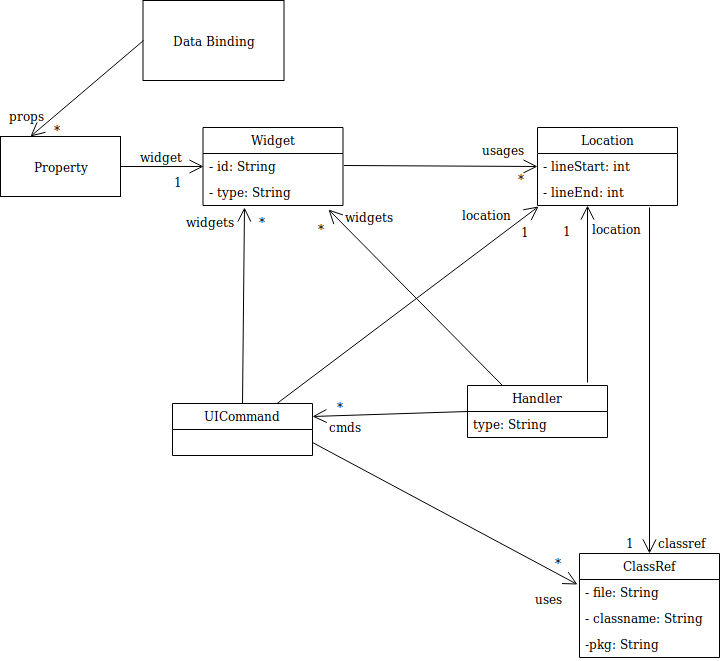
The draw.io diagram class diagram.png in inspectorguidget/inspectorguidget-data, before a commit. Source tidied: cells renumbered, new cells last; positions are measured from the earlier drawing's top-left corner, leaving out a move shared by most shapes.
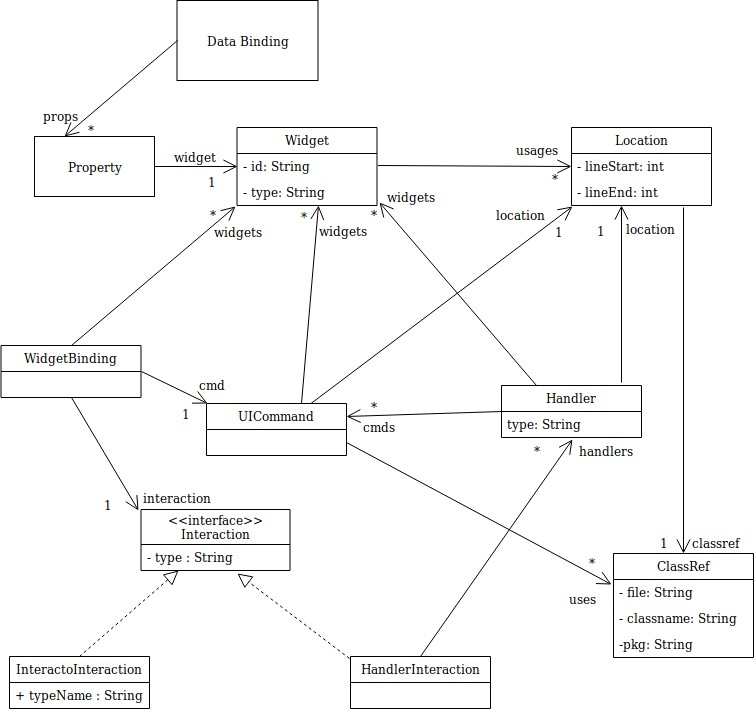
After the change.

Commit message:
docs(classDiagram) updating class diagram

Diff of the diagram source:
```diff
@@ -61,7 +61,7 @@
     <mxCell id="20" style="endArrow=open;endFill=1;endSize=12;html=1;entryX=0.5;entryY=0;entryDx=0;entryDy=0;exitX=0.8;exitY=1.077;exitDx=0;exitDy=0;exitPerimeter=0;" parent="1" edge="1" source="9" target="13">
       <mxGeometry relative="1" as="geometry" />
     </mxCell>
-    <mxCell id="21" style="endArrow=open;endFill=1;endSize=12;html=1;entryX=0.296;entryY=1.077;entryDx=0;entryDy=0;exitX=0.5;exitY=0;exitDx=0;exitDy=0;entryPerimeter=0;" parent="1" edge="1" source="10" target="6">
+    <mxCell id="21" style="endArrow=open;endFill=1;endSize=12;html=1;entryX=0.582;entryY=1;entryDx=0;entryDy=0;exitX=0.679;exitY=0;exitDx=0;exitDy=0;entryPerimeter=0;exitPerimeter=0;" parent="1" edge="1" source="10" target="6">
       <mxGeometry relative="1" as="geometry" />
     </mxCell>
     <mxCell id="22" style="endArrow=open;endFill=1;endSize=12;html=1;entryX=-0.014;entryY=0.192;entryDx=0;entryDy=0;exitX=1;exitY=0.75;exitDx=0;exitDy=0;entryPerimeter=0;" parent="1" edge="1" source="10" target="14">
@@ -78,7 +78,7 @@
     <mxCell id="25" style="endArrow=open;endFill=1;endSize=12;html=1;entryX=1;entryY=0.25;entryDx=0;entryDy=0;exitX=0;exitY=0.5;exitDx=0;exitDy=0;" parent="1" edge="1" source="11" target="10">
       <mxGeometry relative="1" as="geometry" />
     </mxCell>
-    <mxCell id="26" style="endArrow=open;endFill=1;endSize=12;html=1;entryX=0.896;entryY=1.154;entryDx=0;entryDy=0;exitX=0.25;exitY=0;exitDx=0;exitDy=0;entryPerimeter=0;" parent="1" edge="1" source="11" target="6">
+    <mxCell id="26" style="endArrow=open;endFill=1;endSize=12;html=1;entryX=1.018;entryY=0.885;entryDx=0;entryDy=0;exitX=0.25;exitY=0;exitDx=0;exitDy=0;entryPerimeter=0;" parent="1" edge="1" source="11" target="6">
       <mxGeometry relative="1" as="geometry" />
     </mxCell>
     <mxCell id="27" value="*" style="text;html=1;align=left;verticalAlign=top;spacingTop=-4;" parent="1" vertex="1">
@@ -121,10 +121,10 @@
       <mxGeometry x="533" y="589" width="37" height="14" as="geometry" />
     </mxCell>
     <mxCell id="40" value="*" style="text;html=1;align=left;verticalAlign=top;spacingTop=-4;" parent="1" vertex="1">
-      <mxGeometry x="256.5" y="212" width="16" height="14" as="geometry" />
+      <mxGeometry x="264.5" y="207" width="16" height="14" as="geometry" />
     </mxCell>
     <mxCell id="41" value="widgets" style="text;html=1;align=left;verticalAlign=top;spacingTop=-4;" parent="1" vertex="1">
-      <mxGeometry x="184" y="212" width="58" height="14" as="geometry" />
+      <mxGeometry x="283" y="221" width="58" height="14" as="geometry" />
     </mxCell>
     <mxCell id="42" value="*" style="text;html=1;align=left;verticalAlign=top;spacingTop=-4;" parent="1" vertex="1">
       <mxGeometry x="334.5" y="397" width="16" height="14" as="geometry" />
@@ -133,10 +133,70 @@
       <mxGeometry x="326.5" y="417" width="42" height="14" as="geometry" />
     </mxCell>
     <mxCell id="44" value="&lt;div&gt;widgets&lt;/div&gt;&lt;div&gt;&lt;br&gt;&lt;/div&gt;" style="text;html=1;align=left;verticalAlign=top;spacingTop=-4;" parent="1" vertex="1">
-      <mxGeometry x="342.5" y="207" width="58" height="28" as="geometry" />
+      <mxGeometry x="350.5" y="187" width="58" height="28" as="geometry" />
     </mxCell>
     <mxCell id="45" value="*" style="text;html=1;align=left;verticalAlign=top;spacingTop=-4;" parent="1" vertex="1">
-      <mxGeometry x="316" y="219" width="16" height="14" as="geometry" />
+      <mxGeometry x="334.5" y="205" width="16" height="14" as="geometry" />
     </mxCell>
+    <mxCell id="46" value="HandlerInteraction" style="swimlane;fontStyle=0;horizontal=1;startSize=26;fillColor=none;" parent="1" vertex="1">
+      <mxGeometry x="316" y="656" width="140" height="52" as="geometry" />
+    </mxCell>
+    <mxCell id="47" value="InteractoInteraction" style="swimlane;fontStyle=0;horizontal=1;startSize=26;fillColor=none;" parent="1" vertex="1">
+      <mxGeometry x="-25" y="656" width="140" height="52" as="geometry" />
+    </mxCell>
+    <mxCell id="48" value="+ typeName : String" style="text;strokeColor=none;fillColor=none;align=left;verticalAlign=top;spacingLeft=4;spacingRight=4;overflow=hidden;" parent="47" vertex="1">
+      <mxGeometry y="26" width="140" height="26" as="geometry" />
+    </mxCell>
+    <mxCell id="49" value="WidgetBinding" style="swimlane;fontStyle=0;horizontal=1;startSize=26;fillColor=none;" parent="1" vertex="1">
+      <mxGeometry x="-33.5" y="345" width="140" height="52" as="geometry" />
+    </mxCell>
+    <mxCell id="50" value="&lt;&lt;interface&gt;&gt;&#10;Interaction" style="swimlane;fontStyle=0;horizontal=1;startSize=35;fillColor=none;" parent="1" vertex="1">
+      <mxGeometry x="106.5" y="509" width="149" height="61" as="geometry" />
+    </mxCell>
+    <mxCell id="51" value="- type : String" style="text;strokeColor=none;fillColor=none;align=left;verticalAlign=top;spacingLeft=4;spacingRight=4;overflow=hidden;points=[[0,0.5],[1,0.5]];portConstraint=eastwest;" parent="50" vertex="1">
+      <mxGeometry y="35" width="149" height="26" as="geometry" />
+    </mxCell>
+    <mxCell id="52" style="endArrow=block;dashed=1;endFill=0;endSize=12;html=1;entryX=0.25;entryY=1;entryDx=0;entryDy=0;exitX=0.5;exitY=0;exitDx=0;exitDy=0;" parent="1" edge="1" source="47" target="50">
+      <mxGeometry relative="1" as="geometry" />
+    </mxCell>
+    <mxCell id="53" style="endArrow=open;endFill=1;endSize=12;html=1;entryX=0.007;entryY=0;entryDx=0;entryDy=0;exitX=1;exitY=0.5;exitDx=0;exitDy=0;entryPerimeter=0;" parent="1" edge="1" source="49" target="10">
+      <mxGeometry relative="1" as="geometry" />
+    </mxCell>
+    <mxCell id="54" style="endArrow=open;endFill=1;endSize=12;html=1;entryX=-0.017;entryY=0.016;entryDx=0;entryDy=0;exitX=0.5;exitY=1;exitDx=0;exitDy=0;entryPerimeter=0;" parent="1" edge="1" source="49" target="50">
+      <mxGeometry relative="1" as="geometry" />
+    </mxCell>
+    <mxCell id="55" style="endArrow=block;dashed=1;endFill=0;endSize=12;html=1;entryX=0.648;entryY=1.115;entryDx=0;entryDy=0;exitX=-0.004;exitY=0.038;exitDx=0;exitDy=0;entryPerimeter=0;exitPerimeter=0;" parent="1" edge="1" source="46" target="51">
+      <mxGeometry relative="1" as="geometry" />
+    </mxCell>
+    <mxCell id="56" style="endArrow=open;endFill=1;endSize=12;html=1;entryX=0.507;entryY=1.077;entryDx=0;entryDy=0;exitX=0.5;exitY=0;exitDx=0;exitDy=0;entryPerimeter=0;" parent="1" edge="1" source="46" target="12">
+      <mxGeometry relative="1" as="geometry" />
+    </mxCell>
+    <mxCell id="57" value="*" style="text;html=1;align=left;verticalAlign=top;spacingTop=-4;" parent="1" vertex="1">
+      <mxGeometry x="498" y="441" width="16" height="14" as="geometry" />
+    </mxCell>
+    <mxCell id="58" value="handlers" style="text;html=1;align=left;verticalAlign=top;spacingTop=-4;" parent="1" vertex="1">
+      <mxGeometry x="543" y="441" width="64" height="14" as="geometry" />
+    </mxCell>
+    <mxCell id="59" style="endArrow=open;endFill=1;endSize=12;html=1;entryX=-0.011;entryY=1.038;entryDx=0;entryDy=0;exitX=0.5;exitY=0;exitDx=0;exitDy=0;entryPerimeter=0;" parent="1" edge="1" source="49" target="6">
+      <mxGeometry relative="1" as="geometry" />
+    </mxCell>
+    <mxCell id="60" value="1" style="text;html=1;align=left;verticalAlign=top;spacingTop=-4;" parent="1" vertex="1">
+      <mxGeometry x="68" y="495" width="18" height="14" as="geometry" />
+    </mxCell>
+    <mxCell id="61" value="interaction" style="text;html=1;align=left;verticalAlign=top;spacingTop=-4;" parent="1" vertex="1">
+      <mxGeometry x="106.5" y="488" width="78" height="14" as="geometry" />
+    </mxCell>
+    <mxCell id="62" value="1" style="text;html=1;align=left;verticalAlign=top;spacingTop=-4;" parent="1" vertex="1">
+      <mxGeometry x="146" y="404" width="18" height="14" as="geometry" />
+    </mxCell>
+    <mxCell id="63" value="cmd" style="text;html=1;align=left;verticalAlign=top;spacingTop=-4;" parent="1" vertex="1">
+      <mxGeometry x="163" y="375" width="36" height="14" as="geometry" />
+    </mxCell>
+    <mxCell id="64" value="*" style="text;html=1;align=left;verticalAlign=top;spacingTop=-4;" parent="1" vertex="1">
+      <mxGeometry x="174" y="205" width="16" height="14" as="geometry" />
+    </mxCell>
+    <mxCell id="65" value="widgets" style="text;html=1;align=left;verticalAlign=top;spacingTop=-4;" parent="1" vertex="1">
+      <mxGeometry x="178" y="222" width="58" height="14" as="geometry" />
+    </mxCell>
   </root>
 </mxGraphModel>
```
